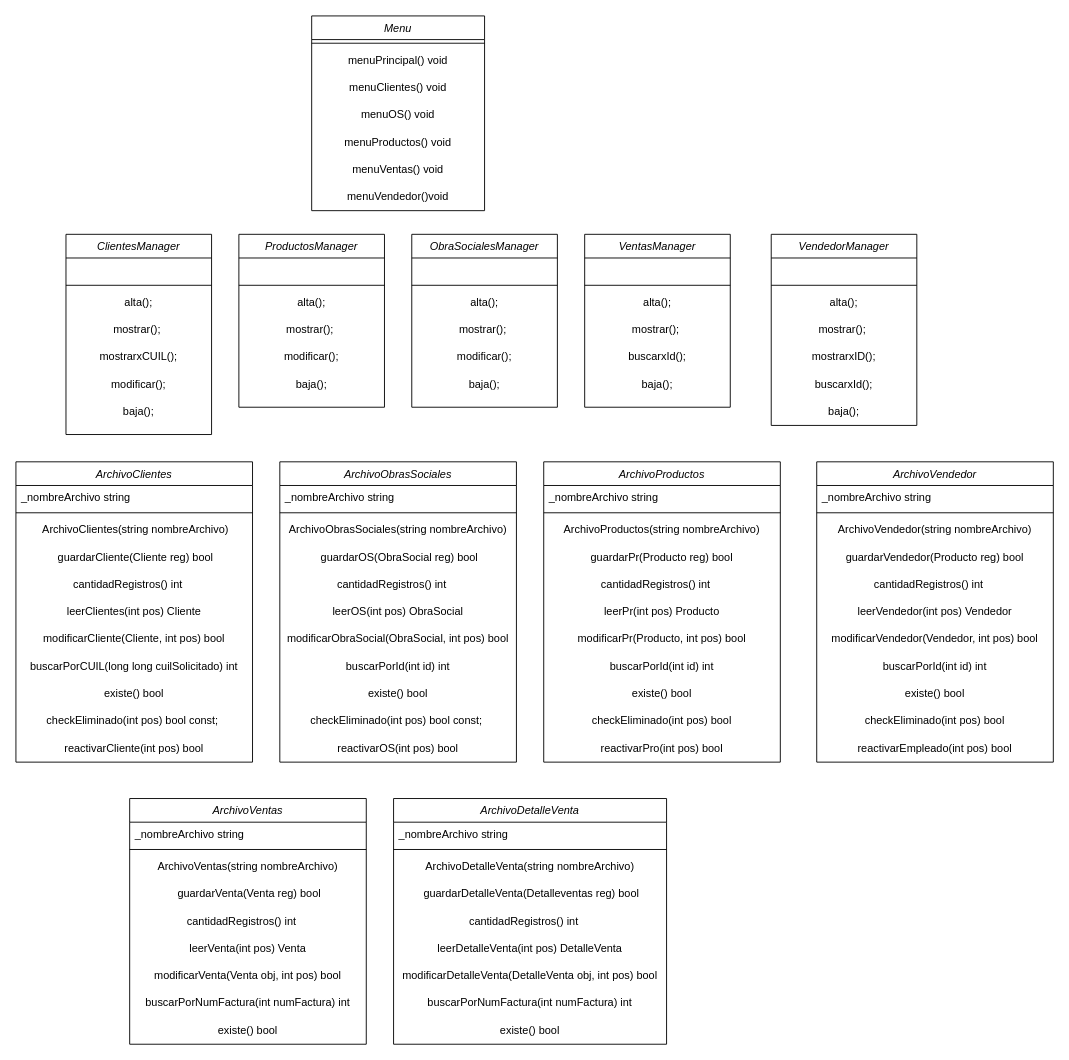
Before: ClasesArchivosyManagers.drawio in jiriberri/farmaceutica-utn, a draw.io diagram. Source tidied: cells renumbered, new cells numbered last; positions are measured from the earlier drawing's top-left corner, leaving out a move shared by most shapes. Both pictures are drawn from the tidied source at 91%, with x=0, y=0 at pixel (15, 15).
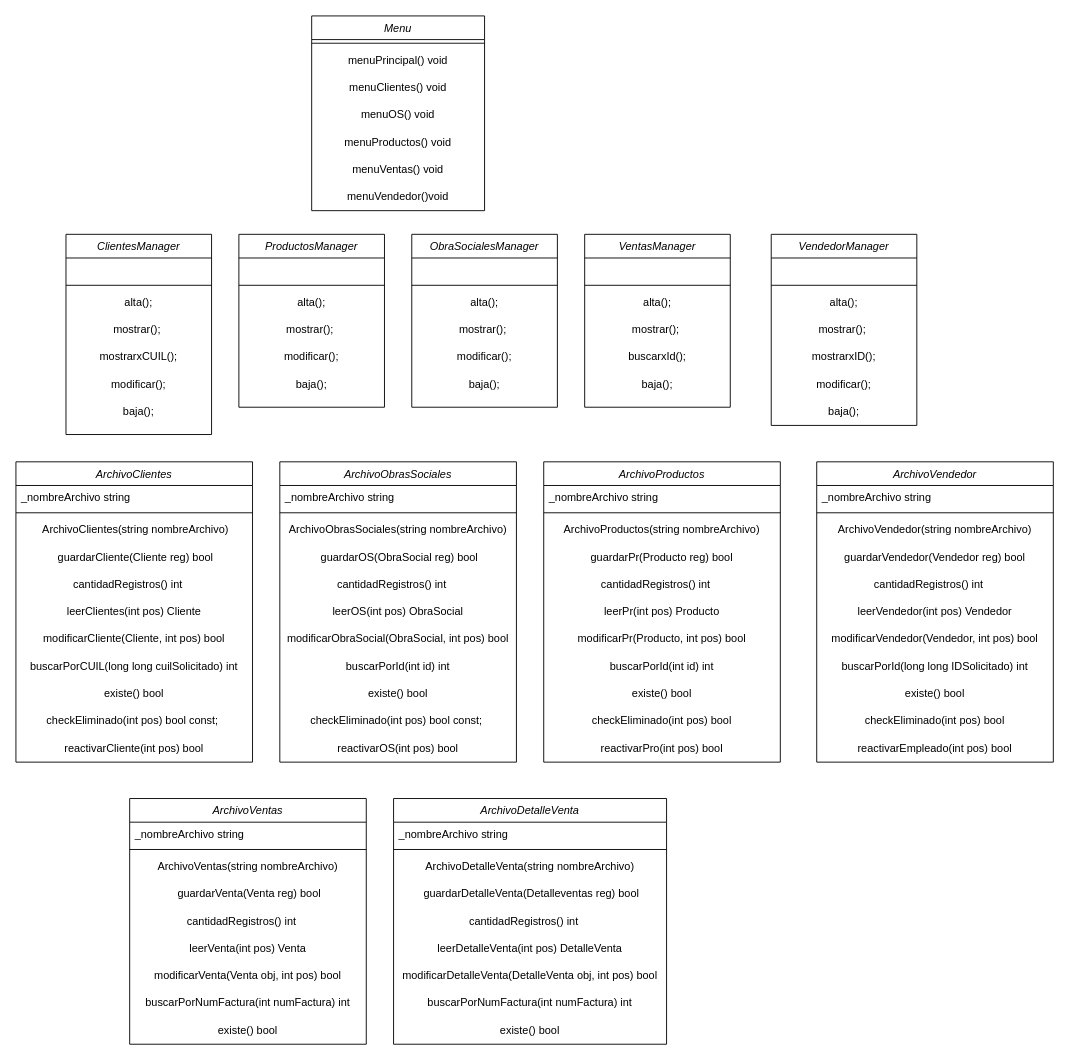
After the change.

Unchanged cells that the change refers to:
```xml
<mxCell id="95" value="VendedorManager" style="swimlane;fontStyle=2;align=center;verticalAlign=top;horizontal=1;startSize=26;rounded=0;shadow=0;strokeWidth=1;" parent="1" vertex="1">
  <mxGeometry x="830" y="240" width="160" height="210" as="geometry" />
</mxCell>
<mxCell id="103" value="ArchivoVendedor" style="swimlane;fontStyle=2;align=center;verticalAlign=top;horizontal=1;startSize=26;rounded=0;shadow=0;strokeWidth=1;" parent="1" vertex="1">
  <mxGeometry x="880" y="490" width="260" height="330" as="geometry" />
</mxCell>
```

The edit, as a diff of the source:
```diff
@@
-    <mxCell id="101" value="buscarxId();" style="text;html=1;whiteSpace=wrap;strokeColor=none;fillColor=none;align=center;verticalAlign=middle;rounded=0;" parent="95" vertex="1">
+    <mxCell id="101" value="modificar();" style="text;html=1;whiteSpace=wrap;strokeColor=none;fillColor=none;align=center;verticalAlign=middle;rounded=0;" parent="95" vertex="1">
       <mxGeometry y="150" width="160" height="30" as="geometry" />
     </mxCell>
@@
-    <mxCell id="107" value="guardarVendedor(Producto reg) bool" style="text;html=1;whiteSpace=wrap;strokeColor=none;fillColor=none;align=center;verticalAlign=middle;rounded=0;" parent="103" vertex="1">
+    <mxCell id="107" value="guardarVendedor(Vendedor reg) bool" style="text;html=1;whiteSpace=wrap;strokeColor=none;fillColor=none;align=center;verticalAlign=middle;rounded=0;" parent="103" vertex="1">
       <mxGeometry y="90" width="260" height="30" as="geometry" />
     </mxCell>
@@
-    <mxCell id="111" value="buscarPorId(int id) int" style="text;html=1;whiteSpace=wrap;strokeColor=none;fillColor=none;align=center;verticalAlign=middle;rounded=0;" parent="103" vertex="1">
+    <mxCell id="111" value="buscarPorId(long long IDSolicitado) int" style="text;html=1;whiteSpace=wrap;strokeColor=none;fillColor=none;align=center;verticalAlign=middle;rounded=0;" parent="103" vertex="1">
       <mxGeometry y="210" width="260" height="30" as="geometry" />
     </mxCell>
```
